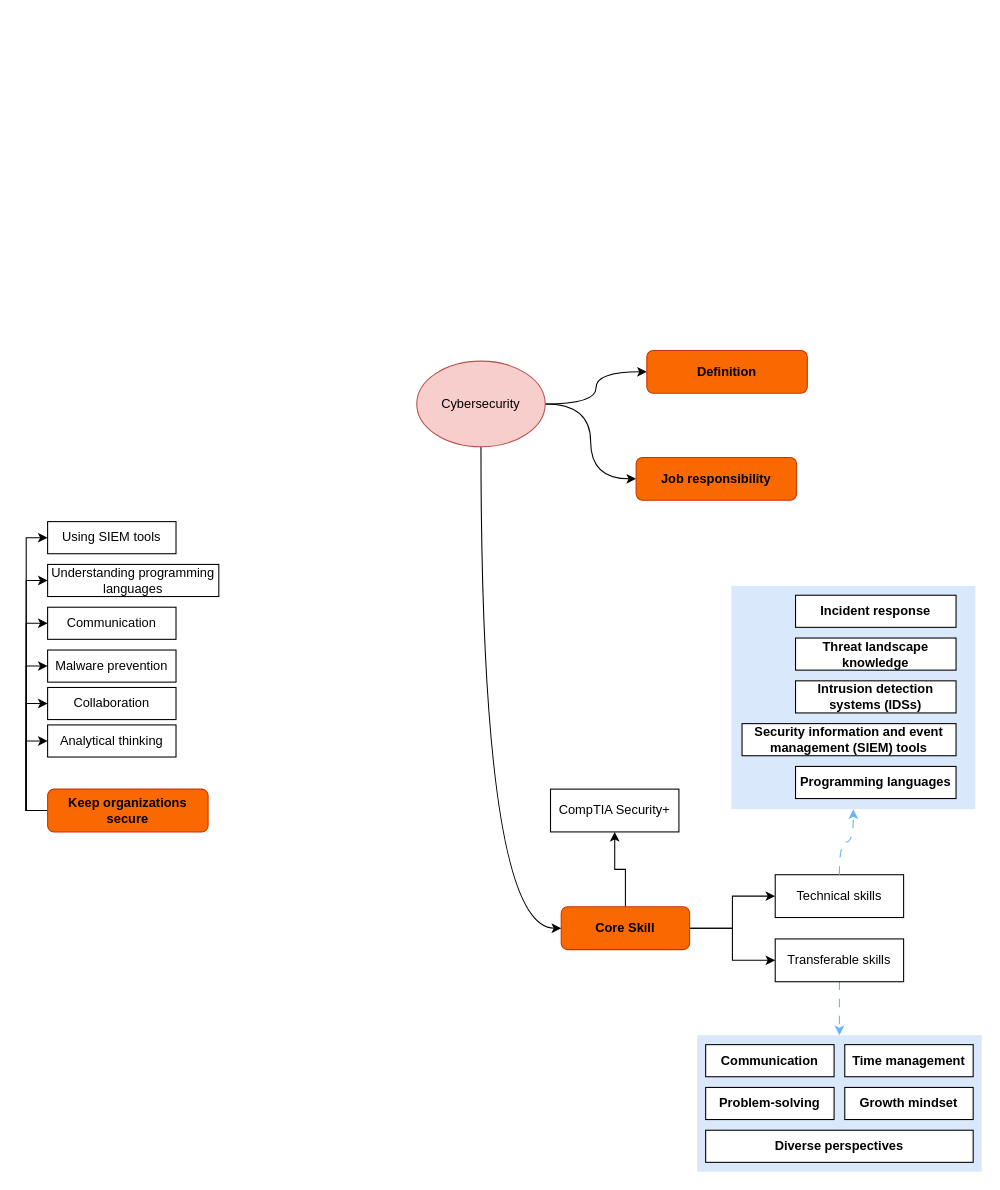
This is mind-map.drawio from yogiprsetya/Google-Cybersecurity-x-Coursera, a draw.io file, before an edit. Source tidied: cells renumbered, new cells numbered last; positions are measured from the earlier drawing's top-left corner, leaving out a move shared by most shapes. Both pictures are drawn from the tidied source at 107%, with x=0, y=0 at pixel (47, 350).
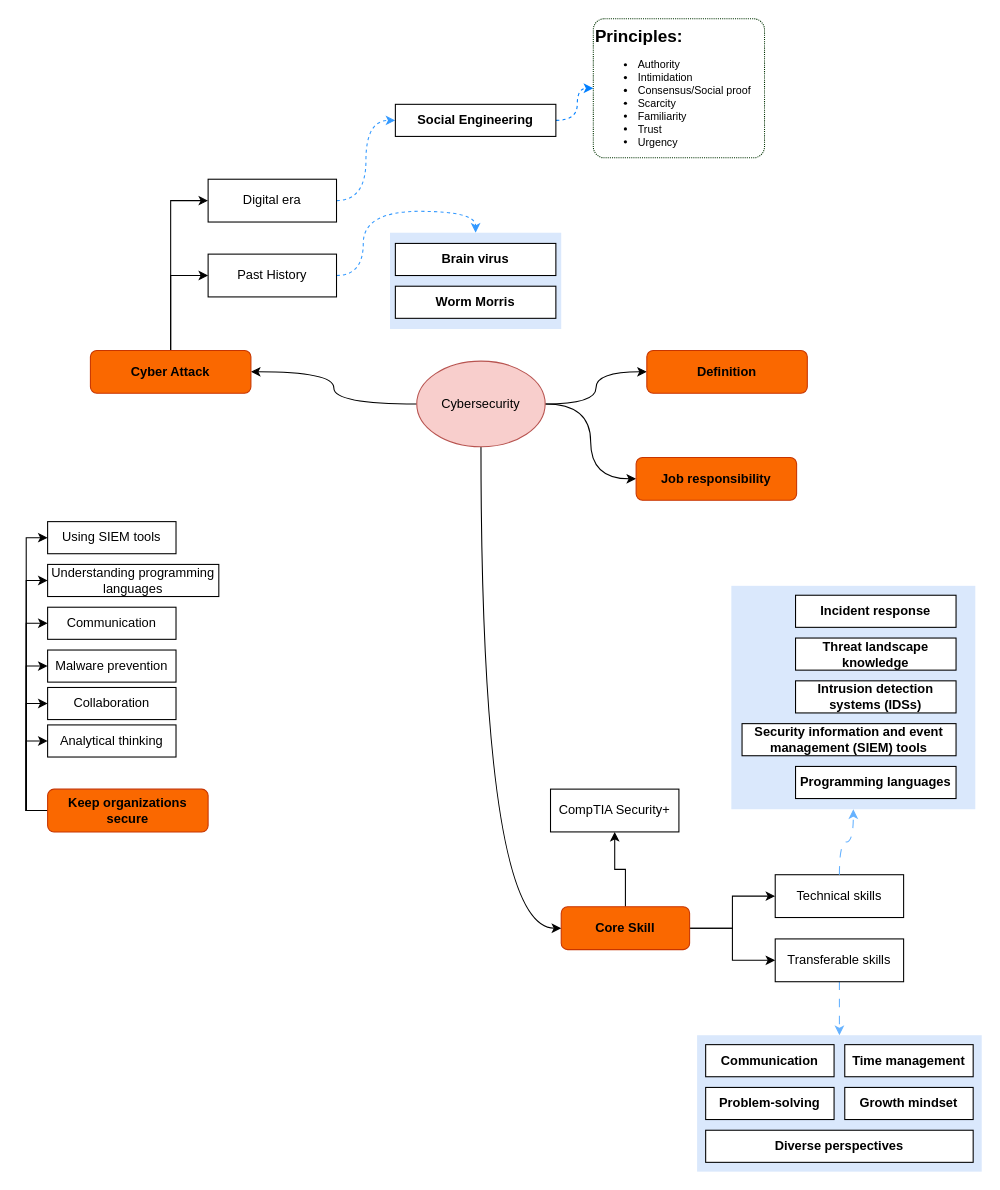
After the change.

Unchanged cells that the change refers to:
```xml
<mxCell id="43" value="Cybersecurity" style="ellipse;whiteSpace=wrap;html=1;fillColor=#f8cecc;strokeColor=#b85450;" parent="1" vertex="1">
  <mxGeometry x="345" y="10" width="120" height="80" as="geometry" />
</mxCell>
```

What changed in the source:
```diff
@@
+    <mxCell id="46" style="edgeStyle=orthogonalEdgeStyle;rounded=0;jettySize=auto;html=1;entryX=1;entryY=0.5;entryDx=0;entryDy=0;curved=1;" parent="1" edge="1" source="43" target="49">
+      <mxGeometry relative="1" as="geometry" />
+    </mxCell>
@@
+    <mxCell id="47" style="edgeStyle=orthogonalEdgeStyle;rounded=0;jettySize=auto;html=1;entryX=0;entryY=0.5;entryDx=0;entryDy=0;" parent="1" edge="1" source="49" target="51">
+      <mxGeometry relative="1" as="geometry" />
+    </mxCell>
+    <mxCell id="48" style="edgeStyle=orthogonalEdgeStyle;rounded=0;jettySize=auto;html=1;exitX=0.5;exitY=0;exitDx=0;exitDy=0;entryX=0;entryY=0.5;entryDx=0;entryDy=0;" parent="1" edge="1" source="49" target="53">
+      <mxGeometry relative="1" as="geometry" />
+    </mxCell>
+    <mxCell id="49" value="Cyber Attack" style="rounded=1;whiteSpace=wrap;html=1;fontStyle=1;fillColor=#fa6800;fontColor=#000000;strokeColor=#C73500;" parent="1" vertex="1">
+      <mxGeometry x="40" width="150" height="40" as="geometry" />
+    </mxCell>
+    <mxCell id="50" style="edgeStyle=orthogonalEdgeStyle;rounded=0;jettySize=auto;html=1;entryX=0.5;entryY=0;entryDx=0;entryDy=0;curved=1;dashed=1;strokeColor=#3399FF;" parent="1" edge="1" source="51" target="55">
+      <mxGeometry relative="1" as="geometry" />
+    </mxCell>
+    <mxCell id="51" value="Past History" style="rounded=0;whiteSpace=wrap;html=1;" parent="1" vertex="1">
+      <mxGeometry x="150" y="-90" width="120" height="40" as="geometry" />
+    </mxCell>
+    <mxCell id="52" style="edgeStyle=orthogonalEdgeStyle;rounded=0;jettySize=auto;html=1;exitX=1;exitY=0.5;exitDx=0;exitDy=0;entryX=0;entryY=0.5;entryDx=0;entryDy=0;curved=1;dashed=1;strokeColor=#3399FF;" parent="1" edge="1" source="53" target="60">
+      <mxGeometry relative="1" as="geometry" />
+    </mxCell>
+    <mxCell id="53" value="Digital era" style="rounded=0;whiteSpace=wrap;html=1;" parent="1" vertex="1">
+      <mxGeometry x="150" y="-160" width="120" height="40" as="geometry" />
+    </mxCell>
+    <mxCell id="54" style="group;" parent="1" vertex="1">
+      <mxGeometry x="320" y="-110" width="160" height="90" as="geometry" />
+    </mxCell>
+    <mxCell id="55" style="rounded=0;whiteSpace=wrap;html=1;fillColor=#dae8fc;strokeColor=none;" parent="54" vertex="1">
+      <mxGeometry width="160" height="90" as="geometry" />
+    </mxCell>
+    <mxCell id="56" value="&lt;strong&gt;Worm Morris&lt;br&gt;&lt;/strong&gt;" style="whiteSpace=wrap;html=1;rounded=0;" parent="54" vertex="1">
+      <mxGeometry x="5" y="50" width="150" height="30" as="geometry" />
+    </mxCell>
+    <mxCell id="57" value="&lt;strong&gt;Brain virus&lt;br&gt;&lt;/strong&gt;" style="whiteSpace=wrap;html=1;rounded=0;" parent="54" vertex="1">
+      <mxGeometry x="5" y="10" width="150" height="30" as="geometry" />
+    </mxCell>
+    <mxCell id="58" style="edgeStyle=orthogonalEdgeStyle;rounded=0;jettySize=auto;html=1;curved=1;strokeColor=#007FFF;dashed=1;entryX=0;entryY=0.5;entryDx=0;entryDy=0;" parent="1" edge="1" source="60" target="59">
+      <mxGeometry relative="1" as="geometry" />
+    </mxCell>
+    <mxCell id="59" value="&lt;p style=&quot;margin-top: 0px;&quot;&gt;&lt;font style=&quot;font-size: 16px;&quot;&gt;&lt;b&gt;Principles:&lt;/b&gt;&lt;/font&gt;&lt;/p&gt;&lt;ul style=&quot;font-size: 10px;&quot;&gt;&lt;li&gt;&lt;span&gt;&lt;span&gt;Authority&lt;/span&gt;&lt;/span&gt;&lt;/li&gt;&lt;li&gt;&lt;span&gt;&lt;span&gt;Intimidation&lt;/span&gt;&lt;/span&gt;&lt;/li&gt;&lt;li&gt;&lt;span&gt;&lt;span&gt;Consensus/Social proof&lt;/span&gt;&lt;/span&gt;&lt;/li&gt;&lt;li&gt;&lt;span&gt;&lt;span&gt;Scarcity&lt;/span&gt;&lt;/span&gt;&lt;/li&gt;&lt;li&gt;&lt;span&gt;&lt;span&gt;Familiarity&lt;/span&gt;&lt;/span&gt;&lt;/li&gt;&lt;li&gt;&lt;span&gt;&lt;span&gt;Trust&lt;/span&gt;&lt;/span&gt;&lt;/li&gt;&lt;li&gt;&lt;span&gt;&lt;span&gt;Urgency&lt;/span&gt;&lt;/span&gt;&lt;/li&gt;&lt;/ul&gt;" style="text;html=1;whiteSpace=wrap;overflow=hidden;rounded=1;strokeColor=#003300;dashed=1;dashPattern=1 1;arcSize=8;" parent="1" vertex="1">
+      <mxGeometry x="510" y="-310" width="160" height="130" as="geometry" />
+    </mxCell>
+    <mxCell id="60" value="&lt;strong&gt;Social Engineering&lt;br&gt;&lt;/strong&gt;" style="whiteSpace=wrap;html=1;rounded=0;" parent="1" vertex="1">
+      <mxGeometry x="325" y="-230" width="150" height="30" as="geometry" />
+    </mxCell>
```
